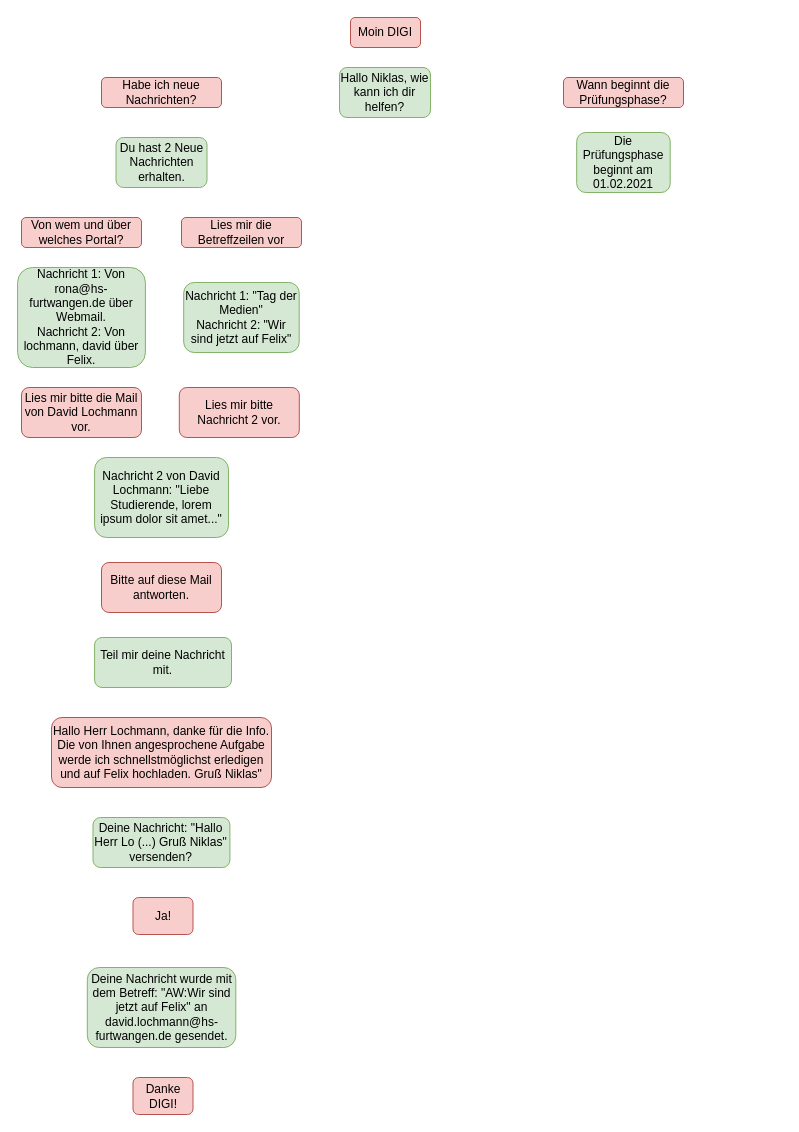
The draw.io diagram Untitled Diagram.drawio in kleinnik/IFD-WiSe20-21, before the edit. Source tidied: cells renumbered, new cells numbered last; positions are measured from the earlier drawing's top-left corner, leaving out a move shared by most shapes. Both pictures are drawn from the tidied source at 100%, with x=0, y=0 at pixel (17, 17).
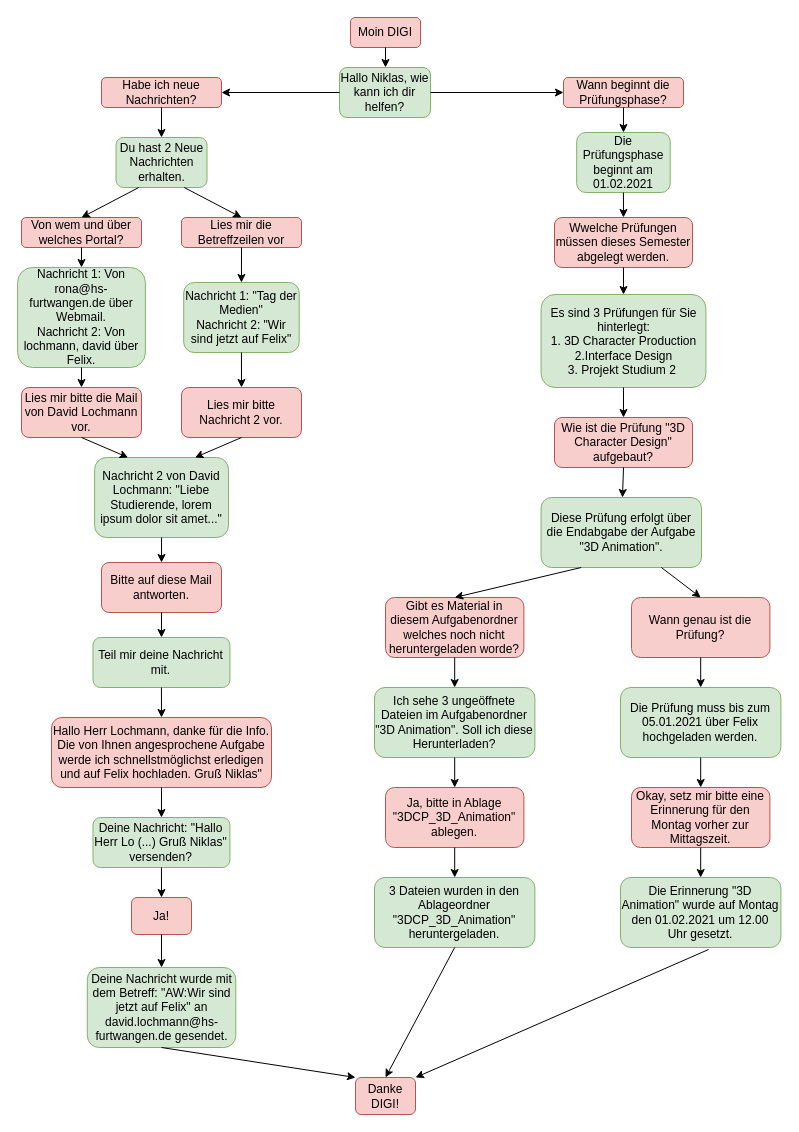
Above is the later version.

The change refers to these unchanged cells:
```xml
<mxCell id="2" value="Moin DIGI" style="rounded=1;whiteSpace=wrap;html=1;fillColor=#f8cecc;strokeColor=#b85450;" parent="1" vertex="1">
  <mxGeometry x="333" width="70" height="30" as="geometry" />
</mxCell>
<mxCell id="3" value="Hallo Niklas, wie kann ich dir helfen?" style="rounded=1;whiteSpace=wrap;html=1;fillColor=#d5e8d4;strokeColor=#82b366;" parent="1" vertex="1">
  <mxGeometry x="322" y="50" width="91" height="50" as="geometry" />
</mxCell>
<mxCell id="4" value="Habe ich neue Nachrichten?" style="rounded=1;whiteSpace=wrap;html=1;fillColor=#f8cecc;strokeColor=#b85450;" parent="1" vertex="1">
  <mxGeometry x="84" y="60" width="120" height="30" as="geometry" />
</mxCell>
<mxCell id="5" value="Wann beginnt die Prüfungsphase?" style="rounded=1;whiteSpace=wrap;html=1;fillColor=#f8cecc;strokeColor=#b85450;" parent="1" vertex="1">
  <mxGeometry x="546" y="60" width="120" height="30" as="geometry" />
</mxCell>
<mxCell id="6" value="Du hast 2 Neue Nachrichten erhalten." style="rounded=1;whiteSpace=wrap;html=1;fillColor=#d5e8d4;strokeColor=#82b366;" parent="1" vertex="1">
  <mxGeometry x="98.5" y="120" width="91" height="50" as="geometry" />
</mxCell>
<mxCell id="7" value="Von wem und über welches Portal?" style="rounded=1;whiteSpace=wrap;html=1;fillColor=#f8cecc;strokeColor=#b85450;" parent="1" vertex="1">
  <mxGeometry x="4" y="200" width="120" height="30" as="geometry" />
</mxCell>
<mxCell id="8" value="Lies mir die Betreffzeilen vor" style="rounded=1;whiteSpace=wrap;html=1;fillColor=#f8cecc;strokeColor=#b85450;" parent="1" vertex="1">
  <mxGeometry x="164" y="200" width="120" height="30" as="geometry" />
</mxCell>
<mxCell id="9" value="Die Prüfungsphase beginnt am 01.02.2021" style="rounded=1;whiteSpace=wrap;html=1;fillColor=#d5e8d4;strokeColor=#82b366;" parent="1" vertex="1">
  <mxGeometry x="559.2" y="115" width="93.5" height="60" as="geometry" />
</mxCell>
<mxCell id="10" value="Nachricht 1: &quot;Tag der Medien&quot;&lt;br&gt;Nachricht 2: &quot;Wir sind jetzt auf Felix&quot;" style="rounded=1;whiteSpace=wrap;html=1;fillColor=#d5e8d4;strokeColor=#82b366;" parent="1" vertex="1">
  <mxGeometry x="166.2" y="265" width="115.5" height="70" as="geometry" />
</mxCell>
<mxCell id="11" value="Nachricht 1: Von rona@hs-furtwangen.de über Webmail.&lt;br&gt;Nachricht 2: Von lochmann, david über Felix." style="rounded=1;whiteSpace=wrap;html=1;fillColor=#d5e8d4;strokeColor=#82b366;" parent="1" vertex="1">
  <mxGeometry x="0.1" y="250" width="127.8" height="100" as="geometry" />
</mxCell>
<mxCell id="12" value="Lies mir bitte die Mail von David Lochmann vor." style="rounded=1;whiteSpace=wrap;html=1;fillColor=#f8cecc;strokeColor=#b85450;" parent="1" vertex="1">
  <mxGeometry x="4" y="370" width="120" height="50" as="geometry" />
</mxCell>
<mxCell id="14" value="Nachricht 2 von David Lochmann: &quot;Liebe Studierende, lorem ipsum dolor sit amet...&quot;" style="rounded=1;whiteSpace=wrap;html=1;fillColor=#d5e8d4;strokeColor=#82b366;" parent="1" vertex="1">
  <mxGeometry x="77.1" y="440" width="133.9" height="80" as="geometry" />
</mxCell>
<mxCell id="15" value="Bitte auf diese Mail antworten." style="rounded=1;whiteSpace=wrap;html=1;fillColor=#f8cecc;strokeColor=#b85450;" parent="1" vertex="1">
  <mxGeometry x="84" y="545" width="120" height="50" as="geometry" />
</mxCell>
<mxCell id="17" value="Hallo Herr Lochmann, danke für die Info. Die von Ihnen angesprochene Aufgabe werde ich schnellstmöglichst erledigen und auf Felix hochladen. Gruß Niklas&quot;" style="rounded=1;whiteSpace=wrap;html=1;fillColor=#f8cecc;strokeColor=#b85450;" parent="1" vertex="1">
  <mxGeometry x="34" y="700" width="220" height="70" as="geometry" />
</mxCell>
<mxCell id="18" value="Deine Nachricht: &quot;Hallo Herr Lo (...) Gruß Niklas&quot; versenden?" style="rounded=1;whiteSpace=wrap;html=1;fillColor=#d5e8d4;strokeColor=#82b366;" parent="1" vertex="1">
  <mxGeometry x="75.5" y="800" width="136.9" height="50" as="geometry" />
</mxCell>
<mxCell id="20" value="Deine Nachricht wurde mit dem Betreff: &quot;AW:Wir sind jetzt auf Felix&quot; an david.lochmann@hs-furtwangen.de gesendet." style="rounded=1;whiteSpace=wrap;html=1;fillColor=#d5e8d4;strokeColor=#82b366;" parent="1" vertex="1">
  <mxGeometry x="69.8" y="950" width="148.5" height="80" as="geometry" />
</mxCell>
```

Change to the diagram source:
```diff
@@
     <mxCell id="13" value="Lies mir bitte Nachricht 2 vor." style="rounded=1;whiteSpace=wrap;html=1;fillColor=#f8cecc;strokeColor=#b85450;" parent="1" vertex="1">
-      <mxGeometry x="161.8" y="370" width="120" height="50" as="geometry" />
+      <mxGeometry x="164" y="370" width="120" height="50" as="geometry" />
     </mxCell>
@@
     <mxCell id="16" value="Teil mir deine Nachricht mit." style="rounded=1;whiteSpace=wrap;html=1;fillColor=#d5e8d4;strokeColor=#82b366;" parent="1" vertex="1">
-      <mxGeometry x="77.1" y="620" width="136.9" height="50" as="geometry" />
+      <mxGeometry x="75.5" y="620" width="136.9" height="50" as="geometry" />
     </mxCell>
@@
     <mxCell id="19" value="Ja!" style="rounded=1;whiteSpace=wrap;html=1;fillColor=#f8cecc;strokeColor=#b85450;" parent="1" vertex="1">
-      <mxGeometry x="115.5" y="880" width="60" height="37" as="geometry" />
+      <mxGeometry x="114" y="880" width="60" height="37" as="geometry" />
     </mxCell>
@@
     <mxCell id="21" value="Danke DIGI!" style="rounded=1;whiteSpace=wrap;html=1;fillColor=#f8cecc;strokeColor=#b85450;" parent="1" vertex="1">
-      <mxGeometry x="115.5" y="1060" width="60" height="37" as="geometry" />
+      <mxGeometry x="338" y="1060" width="60" height="37" as="geometry" />
     </mxCell>
+    <mxCell id="22" style="endArrow=classic;html=1;exitX=0.5;exitY=1;exitDx=0;exitDy=0;" parent="1" edge="1" source="2">
+      <mxGeometry relative="1" as="geometry">
+        <mxPoint x="368" y="50" as="targetPoint" />
+      </mxGeometry>
+    </mxCell>
+    <mxCell id="23" style="endArrow=classic;html=1;exitX=0;exitY=0.5;exitDx=0;exitDy=0;entryX=1;entryY=0.5;entryDx=0;entryDy=0;" parent="1" edge="1" source="3" target="4">
+      <mxGeometry relative="1" as="geometry" />
+    </mxCell>
+    <mxCell id="24" style="endArrow=classic;html=1;exitX=1;exitY=0.5;exitDx=0;exitDy=0;entryX=0;entryY=0.5;entryDx=0;entryDy=0;" parent="1" edge="1" source="3" target="5">
+      <mxGeometry relative="1" as="geometry" />
+    </mxCell>
+    <mxCell id="25" style="endArrow=classic;html=1;exitX=0.5;exitY=1;exitDx=0;exitDy=0;entryX=0.5;entryY=0;entryDx=0;entryDy=0;" parent="1" edge="1" source="4" target="6">
+      <mxGeometry relative="1" as="geometry" />
+    </mxCell>
+    <mxCell id="26" style="endArrow=classic;html=1;exitX=0.25;exitY=1;exitDx=0;exitDy=0;entryX=0.5;entryY=0;entryDx=0;entryDy=0;" parent="1" edge="1" source="6" target="7">
+      <mxGeometry relative="1" as="geometry" />
+    </mxCell>
+    <mxCell id="27" style="endArrow=classic;html=1;exitX=0.75;exitY=1;exitDx=0;exitDy=0;entryX=0.5;entryY=0;entryDx=0;entryDy=0;" parent="1" edge="1" source="6" target="8">
+      <mxGeometry relative="1" as="geometry" />
+    </mxCell>
+    <mxCell id="28" style="endArrow=classic;html=1;exitX=0.5;exitY=1;exitDx=0;exitDy=0;entryX=0.5;entryY=0;entryDx=0;entryDy=0;" parent="1" edge="1" source="8" target="10">
+      <mxGeometry relative="1" as="geometry" />
+    </mxCell>
+    <mxCell id="29" style="endArrow=classic;html=1;exitX=0.5;exitY=1;exitDx=0;exitDy=0;" parent="1" edge="1" source="7" target="11">
+      <mxGeometry relative="1" as="geometry" />
+    </mxCell>
+    <mxCell id="30" style="endArrow=classic;html=1;exitX=0.5;exitY=1;exitDx=0;exitDy=0;entryX=0.5;entryY=0;entryDx=0;entryDy=0;" parent="1" edge="1" source="10" target="13">
+      <mxGeometry relative="1" as="geometry" />
+    </mxCell>
+    <mxCell id="31" style="endArrow=classic;html=1;exitX=0.5;exitY=1;exitDx=0;exitDy=0;" parent="1" edge="1" source="11" target="12">
+      <mxGeometry relative="1" as="geometry" />
+    </mxCell>
+    <mxCell id="32" style="endArrow=classic;html=1;exitX=0.5;exitY=1;exitDx=0;exitDy=0;entryX=0.75;entryY=0;entryDx=0;entryDy=0;" parent="1" edge="1" source="13" target="14">
+      <mxGeometry relative="1" as="geometry" />
+    </mxCell>
+    <mxCell id="33" style="endArrow=classic;html=1;exitX=0.5;exitY=1;exitDx=0;exitDy=0;entryX=0.25;entryY=0;entryDx=0;entryDy=0;" parent="1" edge="1" source="12" target="14">
+      <mxGeometry relative="1" as="geometry" />
+    </mxCell>
+    <mxCell id="34" style="endArrow=classic;html=1;exitX=0.5;exitY=1;exitDx=0;exitDy=0;" parent="1" edge="1" source="14" target="15">
+      <mxGeometry relative="1" as="geometry" />
+    </mxCell>
+    <mxCell id="35" style="endArrow=classic;html=1;exitX=0.5;exitY=1;exitDx=0;exitDy=0;" parent="1" edge="1" source="15" target="16">
+      <mxGeometry relative="1" as="geometry" />
+    </mxCell>
+    <mxCell id="36" style="endArrow=classic;html=1;exitX=0.5;exitY=1;exitDx=0;exitDy=0;entryX=0.5;entryY=0;entryDx=0;entryDy=0;" parent="1" edge="1" source="16" target="17">
+      <mxGeometry relative="1" as="geometry" />
+    </mxCell>
+    <mxCell id="37" style="endArrow=classic;html=1;exitX=0.5;exitY=1;exitDx=0;exitDy=0;" parent="1" edge="1" source="17" target="18">
+      <mxGeometry relative="1" as="geometry" />
+    </mxCell>
+    <mxCell id="38" style="endArrow=classic;html=1;exitX=0.5;exitY=1;exitDx=0;exitDy=0;entryX=0.5;entryY=0;entryDx=0;entryDy=0;" parent="1" edge="1" source="18" target="19">
+      <mxGeometry relative="1" as="geometry" />
+    </mxCell>
+    <mxCell id="39" style="endArrow=classic;html=1;exitX=0.5;exitY=1;exitDx=0;exitDy=0;entryX=0.5;entryY=0;entryDx=0;entryDy=0;" parent="1" edge="1" source="19" target="20">
+      <mxGeometry relative="1" as="geometry" />
+    </mxCell>
+    <mxCell id="40" style="endArrow=classic;html=1;exitX=0.5;exitY=1;exitDx=0;exitDy=0;entryX=0;entryY=0;entryDx=0;entryDy=0;" parent="1" edge="1" source="20" target="21">
+      <mxGeometry relative="1" as="geometry" />
+    </mxCell>
+    <mxCell id="41" style="endArrow=classic;html=1;exitX=0.5;exitY=1;exitDx=0;exitDy=0;entryX=0.5;entryY=0;entryDx=0;entryDy=0;" parent="1" edge="1" source="5" target="9">
+      <mxGeometry relative="1" as="geometry" />
+    </mxCell>
+    <mxCell id="42" value="Wwelche Prüfungen müssen dieses Semester abgelegt werden." style="rounded=1;whiteSpace=wrap;html=1;fillColor=#f8cecc;strokeColor=#b85450;" parent="1" vertex="1">
+      <mxGeometry x="537" y="200" width="138" height="50" as="geometry" />
+    </mxCell>
+    <mxCell id="43" value="Es sind 3 Prüfungen für Sie hinterlegt: &lt;br&gt;1. 3D Character Production&lt;br&gt;2.Interface Design&lt;br&gt;3. Projekt Studium 2&amp;nbsp;" style="rounded=1;whiteSpace=wrap;html=1;fillColor=#d5e8d4;strokeColor=#82b366;" parent="1" vertex="1">
+      <mxGeometry x="523.6" y="277" width="164.8" height="93" as="geometry" />
+    </mxCell>
+    <mxCell id="44" value="Wie ist die Prüfung &quot;3D Character Design&quot; aufgebaut?" style="rounded=1;whiteSpace=wrap;html=1;fillColor=#f8cecc;strokeColor=#b85450;" parent="1" vertex="1">
+      <mxGeometry x="537" y="400" width="138" height="50" as="geometry" />
+    </mxCell>
+    <mxCell id="45" value="Diese Prüfung erfolgt über die Endabgabe der Aufgabe &quot;3D Animation&quot;." style="rounded=1;whiteSpace=wrap;html=1;fillColor=#d5e8d4;strokeColor=#82b366;" parent="1" vertex="1">
+      <mxGeometry x="523.6" y="480" width="160.4" height="70" as="geometry" />
+    </mxCell>
+    <mxCell id="46" value="Gibt es Material in diesem Aufgabenordner welches noch nicht heruntergeladen worde?" style="rounded=1;whiteSpace=wrap;html=1;fillColor=#f8cecc;strokeColor=#b85450;" parent="1" vertex="1">
+      <mxGeometry x="368" y="580" width="138.4" height="60" as="geometry" />
+    </mxCell>
+    <mxCell id="47" value="Ich sehe 3 ungeöffnete Dateien im Aufgabenordner &quot;3D Animation&quot;. Soll ich diese Herunterladen?" style="rounded=1;whiteSpace=wrap;html=1;fillColor=#d5e8d4;strokeColor=#82b366;" parent="1" vertex="1">
+      <mxGeometry x="357" y="670" width="160.4" height="70" as="geometry" />
+    </mxCell>
+    <mxCell id="48" value="Ja, bitte in Ablage &quot;3DCP_3D_Animation&quot; ablegen." style="rounded=1;whiteSpace=wrap;html=1;fillColor=#f8cecc;strokeColor=#b85450;" parent="1" vertex="1">
+      <mxGeometry x="368" y="770" width="138.4" height="60" as="geometry" />
+    </mxCell>
+    <mxCell id="49" value="3 Dateien wurden in den Ablageordner &quot;3DCP_3D_Animation&quot; heruntergeladen." style="rounded=1;whiteSpace=wrap;html=1;fillColor=#d5e8d4;strokeColor=#82b366;" parent="1" vertex="1">
+      <mxGeometry x="357" y="860" width="160.4" height="70" as="geometry" />
+    </mxCell>
+    <mxCell id="50" value="Wann genau ist die Prüfung?" style="rounded=1;whiteSpace=wrap;html=1;fillColor=#f8cecc;strokeColor=#b85450;" parent="1" vertex="1">
+      <mxGeometry x="614" y="580" width="138.4" height="60" as="geometry" />
+    </mxCell>
+    <mxCell id="51" value="Die Prüfung muss bis zum 05.01.2021 über Felix hochgeladen werden." style="rounded=1;whiteSpace=wrap;html=1;fillColor=#d5e8d4;strokeColor=#82b366;" parent="1" vertex="1">
+      <mxGeometry x="603" y="670" width="160.4" height="70" as="geometry" />
+    </mxCell>
+    <mxCell id="52" value="Okay, setz mir bitte eine Erinnerung für den Montag vorher zur Mittagszeit." style="rounded=1;whiteSpace=wrap;html=1;fillColor=#f8cecc;strokeColor=#b85450;" parent="1" vertex="1">
+      <mxGeometry x="614" y="770" width="138.4" height="60" as="geometry" />
+    </mxCell>
+    <mxCell id="53" value="Die Erinnerung &quot;3D Animation&quot; wurde auf Montag den 01.02.2021 um 12.00 Uhr gesetzt." style="rounded=1;whiteSpace=wrap;html=1;fillColor=#d5e8d4;strokeColor=#82b366;" parent="1" vertex="1">
+      <mxGeometry x="603" y="860" width="160.4" height="70" as="geometry" />
+    </mxCell>
+    <mxCell id="54" style="endArrow=classic;html=1;exitX=0.5;exitY=1;exitDx=0;exitDy=0;entryX=0.5;entryY=0;entryDx=0;entryDy=0;" parent="1" edge="1" source="47" target="48">
+      <mxGeometry relative="1" as="geometry" />
+    </mxCell>
+    <mxCell id="55" style="endArrow=classic;html=1;exitX=0.5;exitY=1;exitDx=0;exitDy=0;entryX=0.5;entryY=0;entryDx=0;entryDy=0;" parent="1" edge="1" source="46" target="47">
+      <mxGeometry relative="1" as="geometry" />
+    </mxCell>
+    <mxCell id="56" style="endArrow=classic;html=1;exitX=0.5;exitY=1;exitDx=0;exitDy=0;entryX=0.5;entryY=0;entryDx=0;entryDy=0;" parent="1" edge="1" source="48" target="49">
+      <mxGeometry relative="1" as="geometry" />
+    </mxCell>
+    <mxCell id="57" style="endArrow=classic;html=1;exitX=0.5;exitY=1;exitDx=0;exitDy=0;entryX=0.5;entryY=0;entryDx=0;entryDy=0;" parent="1" edge="1" source="49" target="21">
+      <mxGeometry relative="1" as="geometry" />
+    </mxCell>
+    <mxCell id="58" style="endArrow=classic;html=1;exitX=0.549;exitY=1.029;exitDx=0;exitDy=0;exitPerimeter=0;entryX=1;entryY=0;entryDx=0;entryDy=0;" parent="1" edge="1" source="53" target="21">
+      <mxGeometry relative="1" as="geometry" />
+    </mxCell>
+    <mxCell id="59" style="endArrow=classic;html=1;exitX=0.5;exitY=1;exitDx=0;exitDy=0;" parent="1" edge="1" source="52" target="53">
+      <mxGeometry relative="1" as="geometry" />
+    </mxCell>
+    <mxCell id="60" style="endArrow=classic;html=1;exitX=0.5;exitY=1;exitDx=0;exitDy=0;" parent="1" edge="1" source="51" target="52">
+      <mxGeometry relative="1" as="geometry" />
+    </mxCell>
+    <mxCell id="61" style="endArrow=classic;html=1;exitX=0.5;exitY=1;exitDx=0;exitDy=0;entryX=0.5;entryY=0;entryDx=0;entryDy=0;" parent="1" edge="1" source="50" target="51">
+      <mxGeometry relative="1" as="geometry" />
+    </mxCell>
+    <mxCell id="62" style="endArrow=classic;html=1;exitX=0.25;exitY=1;exitDx=0;exitDy=0;entryX=0.5;entryY=0;entryDx=0;entryDy=0;" parent="1" edge="1" source="45" target="46">
+      <mxGeometry relative="1" as="geometry" />
+    </mxCell>
+    <mxCell id="63" style="endArrow=classic;html=1;exitX=0.75;exitY=1;exitDx=0;exitDy=0;entryX=0.5;entryY=0;entryDx=0;entryDy=0;" parent="1" edge="1" source="45" target="50">
+      <mxGeometry relative="1" as="geometry" />
+    </mxCell>
+    <mxCell id="64" style="endArrow=classic;html=1;exitX=0.5;exitY=1;exitDx=0;exitDy=0;" parent="1" edge="1" source="44" target="45">
+      <mxGeometry relative="1" as="geometry" />
+    </mxCell>
+    <mxCell id="65" style="endArrow=classic;html=1;exitX=0.5;exitY=1;exitDx=0;exitDy=0;" parent="1" edge="1" source="43" target="44">
+      <mxGeometry relative="1" as="geometry" />
+    </mxCell>
+    <mxCell id="66" style="endArrow=classic;html=1;exitX=0.5;exitY=1;exitDx=0;exitDy=0;" parent="1" edge="1" source="42" target="43">
+      <mxGeometry relative="1" as="geometry" />
+    </mxCell>
+    <mxCell id="67" style="endArrow=classic;html=1;exitX=0.5;exitY=1;exitDx=0;exitDy=0;" parent="1" edge="1" source="9" target="42">
+      <mxGeometry relative="1" as="geometry" />
+    </mxCell>
```
